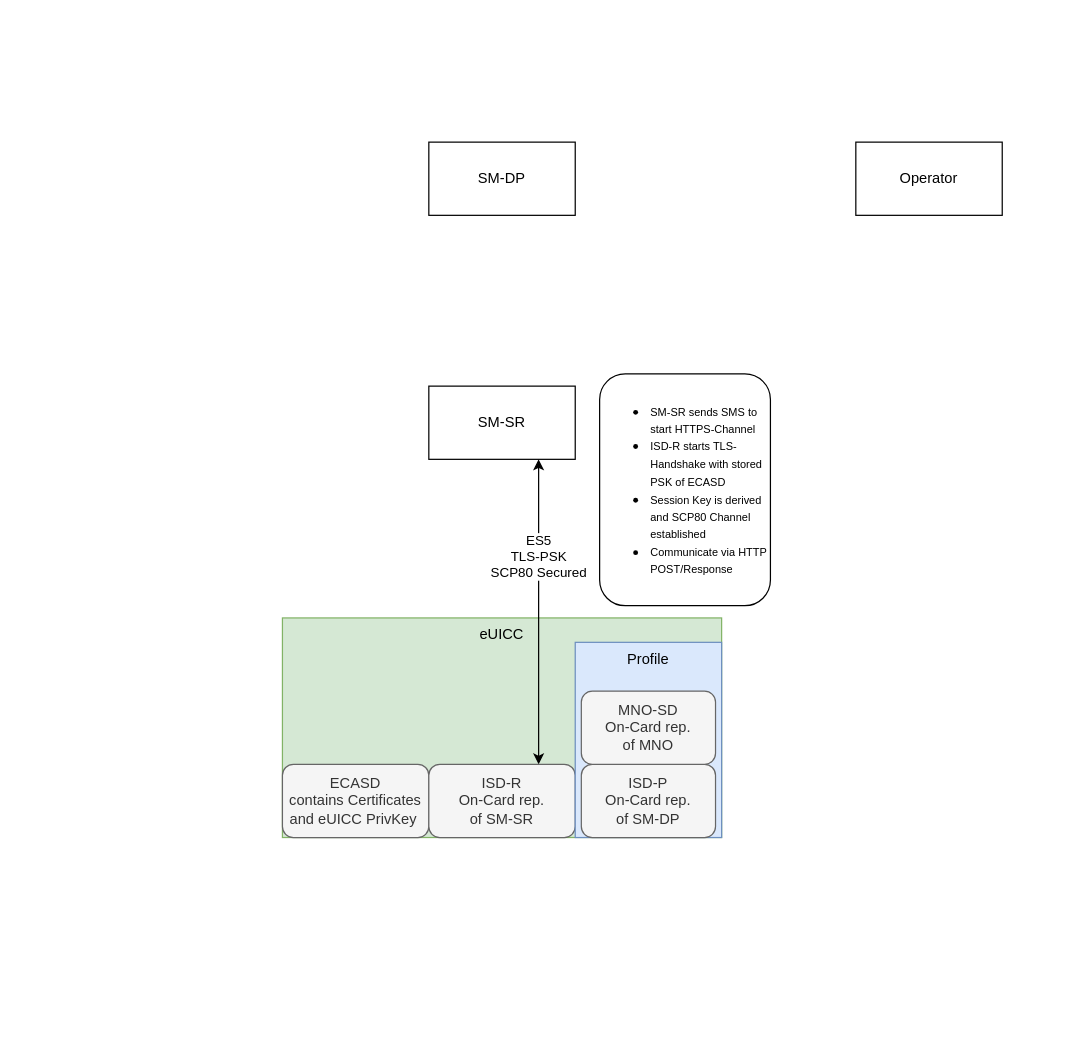
This is drawio/m2m_actors_interfaces.drawio from koblibri/master_thesis, a draw.io file, before an edit. Source tidied: cells renumbered, new cells numbered last; positions are measured from the earlier drawing's top-left corner, leaving out a move shared by most shapes. Both pictures are drawn from the tidied source at 122%, with x=0, y=0 at pixel (282, 142). Pictures stored in the file or linked from it are replaced by grey dashed boxes.
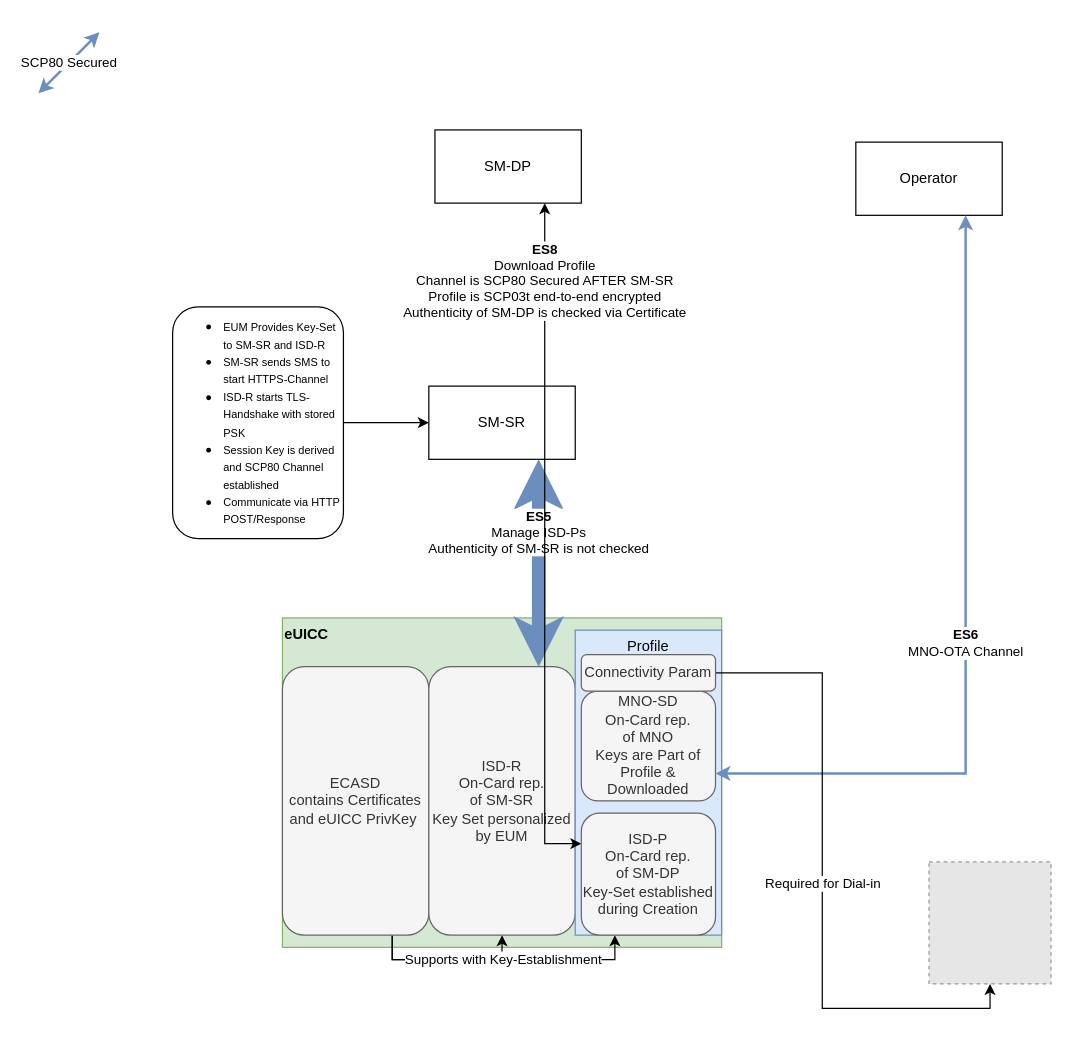
The same diagram, later.

Unchanged cells that the change refers to:
```xml
<mxCell id="5" value="Operator" style="rounded=0;whiteSpace=wrap;html=1;" parent="1" vertex="1">
  <mxGeometry x="470" width="120" height="60" as="geometry" />
</mxCell>
```

Diff of the diagram source:
```diff
@@
     <mxCell id="2" value="SM-DP" style="rounded=0;whiteSpace=wrap;html=1;" parent="1" vertex="1">
-      <mxGeometry x="120" width="120" height="60" as="geometry" />
+      <mxGeometry x="125" y="-10" width="120" height="60" as="geometry" />
     </mxCell>
-    <mxCell id="3" value="SM-SR" style="rounded=0;whiteSpace=wrap;html=1;" parent="1" vertex="1">
-      <mxGeometry x="120" y="200" width="120" height="60" as="geometry" />
-    </mxCell>
-    <mxCell id="4" value="eUICC" style="rounded=0;whiteSpace=wrap;html=1;verticalAlign=top;fillColor=#d5e8d4;strokeColor=#82b366;" parent="1" vertex="1">
-      <mxGeometry y="390" width="360" height="180" as="geometry" />
+    <mxCell id="4" value="eUICC" style="rounded=0;whiteSpace=wrap;html=1;verticalAlign=top;fillColor=#d5e8d4;strokeColor=#82b366;align=left;fontStyle=1;" parent="1" vertex="1">
+      <mxGeometry y="390" width="360" height="270" as="geometry" />
     </mxCell>
@@
+    <mxCell id="3" value="SM-SR" style="rounded=0;whiteSpace=wrap;html=1;" parent="1" vertex="1">
+      <mxGeometry x="120" y="200" width="120" height="60" as="geometry" />
+    </mxCell>
+    <mxCell id="13" style="edgeStyle=orthogonalEdgeStyle;rounded=0;jettySize=auto;html=1;exitX=0.75;exitY=1;exitDx=0;exitDy=0;entryX=0.5;entryY=1;entryDx=0;entryDy=0;fontSize=9;startArrow=none;startFill=0;" parent="1" edge="1" source="6" target="8">
+      <mxGeometry relative="1" as="geometry" />
+    </mxCell>
+    <mxCell id="14" value="&lt;font style=&quot;font-size: 11px&quot;&gt;Supports with Key-Establishment&lt;/font&gt;" style="edgeStyle=orthogonalEdgeStyle;rounded=0;jettySize=auto;html=1;exitX=0.75;exitY=1;exitDx=0;exitDy=0;entryX=0.25;entryY=1;entryDx=0;entryDy=0;fontSize=9;startArrow=none;startFill=0;" parent="1" edge="1" source="6" target="10">
+      <mxGeometry relative="1" as="geometry" />
+    </mxCell>
     <mxCell id="6" value="ECASD&lt;br&gt;contains Certificates and eUICC PrivKey&amp;nbsp;" style="rounded=1;whiteSpace=wrap;html=1;fillColor=#f5f5f5;fontColor=#333333;strokeColor=#666666;" parent="1" vertex="1">
-      <mxGeometry y="510" width="120" height="60" as="geometry" />
+      <mxGeometry y="430" width="120" height="220" as="geometry" />
     </mxCell>
-    <mxCell id="7" value="ES5&lt;br&gt;TLS-PSK&lt;br&gt;SCP80 Secured" style="edgeStyle=orthogonalEdgeStyle;rounded=0;jettySize=auto;html=1;exitX=0.75;exitY=0;exitDx=0;exitDy=0;entryX=0.75;entryY=1;entryDx=0;entryDy=0;startArrow=classic;startFill=1;" parent="1" edge="1" source="8" target="3">
-      <mxGeometry x="0.36" relative="1" as="geometry" />
+    <mxCell id="7" value="&lt;b&gt;ES5&lt;/b&gt;&lt;br&gt;Manage ISD-Ps&lt;br&gt;Authenticity of SM-SR is not checked" style="edgeStyle=orthogonalEdgeStyle;rounded=0;jettySize=auto;html=1;exitX=0.75;exitY=0;exitDx=0;exitDy=0;entryX=0.75;entryY=1;entryDx=0;entryDy=0;startArrow=classic;startFill=1;strokeWidth=11;fillColor=#dae8fc;strokeColor=#6c8ebf;" parent="1" edge="1" source="8" target="3">
+      <mxGeometry x="0.29" relative="1" as="geometry">
+        <Array as="points">
+          <mxPoint x="210" y="350" />
+          <mxPoint x="210" y="350" />
+        </Array>
+      </mxGeometry>
     </mxCell>
-    <mxCell id="8" value="ISD-R&lt;br&gt;On-Card rep. &lt;br&gt;of SM-SR" style="rounded=1;whiteSpace=wrap;html=1;fillColor=#f5f5f5;fontColor=#333333;strokeColor=#666666;" parent="1" vertex="1">
-      <mxGeometry x="120" y="510" width="120" height="60" as="geometry" />
+    <mxCell id="8" value="ISD-R&lt;br&gt;On-Card rep. &lt;br&gt;of SM-SR&lt;br&gt;Key Set personalized by EUM" style="rounded=1;whiteSpace=wrap;html=1;fillColor=#f5f5f5;fontColor=#333333;strokeColor=#666666;" parent="1" vertex="1">
+      <mxGeometry x="120" y="430" width="120" height="220" as="geometry" />
     </mxCell>
     <mxCell id="9" value="Profile" style="rounded=0;whiteSpace=wrap;html=1;verticalAlign=top;fillColor=#dae8fc;strokeColor=#6c8ebf;" parent="1" vertex="1">
-      <mxGeometry x="240" y="410" width="120" height="160" as="geometry" />
+      <mxGeometry x="240" y="400" width="120" height="250" as="geometry" />
     </mxCell>
+    <mxCell id="15" value="&lt;font style=&quot;font-size: 11px&quot;&gt;&lt;b&gt;ES8&lt;/b&gt;&lt;br&gt;Download Profile&lt;br&gt;Channel is &lt;/font&gt;&lt;font style=&quot;font-size: 11px&quot;&gt;&lt;font style=&quot;font-size: 11px&quot;&gt;S&lt;/font&gt;CP80 Secured AFTER SM-SR&lt;br&gt;Profile is SCP03t end-to-end encrypted&lt;br&gt;Authenticity of SM-DP is checked via Certificate&lt;br&gt;&lt;/font&gt;" style="edgeStyle=orthogonalEdgeStyle;rounded=0;jettySize=auto;html=1;exitX=0.75;exitY=1;exitDx=0;exitDy=0;entryX=0;entryY=0.25;entryDx=0;entryDy=0;fontSize=9;startArrow=classic;startFill=1;" parent="1" edge="1" source="2" target="10">
+      <mxGeometry x="-0.77" relative="1" as="geometry">
+        <Array as="points">
+          <mxPoint x="215" y="575" />
+        </Array>
+      </mxGeometry>
+    </mxCell>
-    <mxCell id="10" value="ISD-P&lt;br&gt;On-Card rep. &lt;br&gt;of SM-DP" style="rounded=1;whiteSpace=wrap;html=1;fillColor=#f5f5f5;strokeColor=#666666;fontColor=#333333;" parent="1" vertex="1">
-      <mxGeometry x="245" y="510" width="110" height="60" as="geometry" />
+    <mxCell id="10" value="ISD-P&lt;br&gt;On-Card rep. &lt;br&gt;of SM-DP&lt;br&gt;Key-Set established during Creation" style="rounded=1;whiteSpace=wrap;html=1;fillColor=#f5f5f5;strokeColor=#666666;fontColor=#333333;" parent="1" vertex="1">
+      <mxGeometry x="245" y="550" width="110" height="100" as="geometry" />
     </mxCell>
-    <mxCell id="11" value="MNO-SD&lt;br&gt;On-Card rep.&lt;br&gt;of MNO" style="rounded=1;whiteSpace=wrap;html=1;fillColor=#f5f5f5;strokeColor=#666666;fontColor=#333333;" parent="1" vertex="1">
-      <mxGeometry x="245" y="450" width="110" height="60" as="geometry" />
+    <mxCell id="11" value="MNO-SD&lt;br&gt;On-Card rep.&lt;br&gt;of MNO&lt;br&gt;Keys are Part of Profile &amp;amp; Downloaded" style="rounded=1;whiteSpace=wrap;html=1;fillColor=#f5f5f5;strokeColor=#666666;fontColor=#333333;" parent="1" vertex="1">
+      <mxGeometry x="245" y="450" width="110" height="90" as="geometry" />
     </mxCell>
+    <mxCell id="16" style="edgeStyle=orthogonalEdgeStyle;rounded=0;jettySize=auto;html=1;exitX=1;exitY=0.5;exitDx=0;exitDy=0;fontSize=9;startArrow=none;startFill=0;entryX=0;entryY=0.5;entryDx=0;entryDy=0;" parent="1" edge="1" source="12" target="3">
+      <mxGeometry relative="1" as="geometry" />
+    </mxCell>
-    <mxCell id="12" value="&lt;ul&gt;&lt;li&gt;&lt;font style=&quot;font-size: 9px&quot;&gt;SM-SR sends SMS to start HTTPS-Channel&lt;/font&gt;&lt;/li&gt;&lt;li&gt;&lt;font style=&quot;font-size: 9px&quot;&gt;ISD-R starts TLS-Handshake with stored PSK of ECASD&lt;/font&gt;&lt;/li&gt;&lt;li&gt;&lt;font style=&quot;font-size: 9px&quot;&gt;Session Key is derived and SCP80 Channel established&lt;/font&gt;&lt;/li&gt;&lt;li&gt;&lt;font style=&quot;font-size: 9px&quot;&gt;Communicate via HTTP POST/Response&amp;nbsp;&lt;/font&gt;&lt;/li&gt;&lt;/ul&gt;" style="whiteSpace=wrap;html=1;backgroundOutline=1;darkOpacity=0.05;rounded=1;align=left;verticalAlign=middle;" parent="1" vertex="1">
-      <mxGeometry x="260" y="190" width="140" height="190" as="geometry" />
+    <mxCell id="12" value="&lt;ul&gt;&lt;li&gt;&lt;font style=&quot;font-size: 9px&quot;&gt;EUM Provides Key-Set to SM-SR and ISD-R&lt;/font&gt;&lt;/li&gt;&lt;li&gt;&lt;font style=&quot;font-size: 9px&quot;&gt;SM-SR sends SMS to start HTTPS-Channel&lt;/font&gt;&lt;/li&gt;&lt;li&gt;&lt;font style=&quot;font-size: 9px&quot;&gt;ISD-R starts TLS-Handshake with stored PSK&lt;/font&gt;&lt;/li&gt;&lt;li&gt;&lt;font style=&quot;font-size: 9px&quot;&gt;Session Key is derived and SCP80 Channel established&lt;/font&gt;&lt;/li&gt;&lt;li&gt;&lt;font style=&quot;font-size: 9px&quot;&gt;Communicate via HTTP POST/Response&amp;nbsp;&lt;/font&gt;&lt;/li&gt;&lt;/ul&gt;" style="whiteSpace=wrap;html=1;backgroundOutline=1;darkOpacity=0.05;rounded=1;align=left;verticalAlign=middle;" parent="1" vertex="1">
+      <mxGeometry x="-90" y="135" width="140" height="190" as="geometry" />
     </mxCell>
+    <mxCell id="17" value="&lt;font style=&quot;font-size: 11px&quot;&gt;&lt;b&gt;ES6&lt;br&gt;&lt;/b&gt;MNO-OTA Channel&lt;br&gt;&lt;/font&gt;" style="edgeStyle=orthogonalEdgeStyle;rounded=0;jettySize=auto;html=1;exitX=0.75;exitY=1;exitDx=0;exitDy=0;entryX=1;entryY=0.75;entryDx=0;entryDy=0;fontSize=9;startArrow=classic;startFill=1;strokeWidth=2;fillColor=#dae8fc;strokeColor=#6c8ebf;" parent="1" edge="1" source="5" target="11">
+      <mxGeometry x="0.06" relative="1" as="geometry" />
+    </mxCell>
+    <mxCell id="18" value="&lt;font style=&quot;font-size: 11px&quot;&gt;Required for Dial-in&lt;/font&gt;" style="edgeStyle=orthogonalEdgeStyle;rounded=0;jettySize=auto;html=1;exitX=1;exitY=0.5;exitDx=0;exitDy=0;entryX=0.5;entryY=1;entryDx=0;entryDy=0;fontSize=9;startArrow=none;startFill=0;" parent="1" edge="1" source="19" target="20">
+      <mxGeometry relative="1" as="geometry" />
+    </mxCell>
+    <mxCell id="19" value="Connectivity Param" style="rounded=1;whiteSpace=wrap;html=1;fillColor=#f5f5f5;strokeColor=#666666;fontColor=#333333;" parent="1" vertex="1">
+      <mxGeometry x="245" y="420" width="110" height="30" as="geometry" />
+    </mxCell>
+    <mxCell id="20" style="fillColor=#E6E6E6;strokeColor=#999999;dashed=1;html=1;verticalAlign=top;verticalLabelPosition=bottom;labelBackgroundColor=#ffffff;fontSize=9;" parent="1" vertex="1">
+      <mxGeometry x="530" y="590" width="100" height="100" as="geometry" />
+    </mxCell>
+    <mxCell id="21" value="SCP80 Secured" style="endArrow=classic;startArrow=classic;html=1;rounded=0;fontSize=11;strokeWidth=2;fillColor=#dae8fc;strokeColor=#6c8ebf;" parent="1" edge="1">
+      <mxGeometry relative="1" as="geometry">
+        <mxPoint x="-200" y="-40" as="sourcePoint" />
+        <mxPoint x="-150" y="-90" as="targetPoint" />
+        <Array as="points">
+          <mxPoint x="-180" y="-60" />
+        </Array>
+      </mxGeometry>
+    </mxCell>
```
